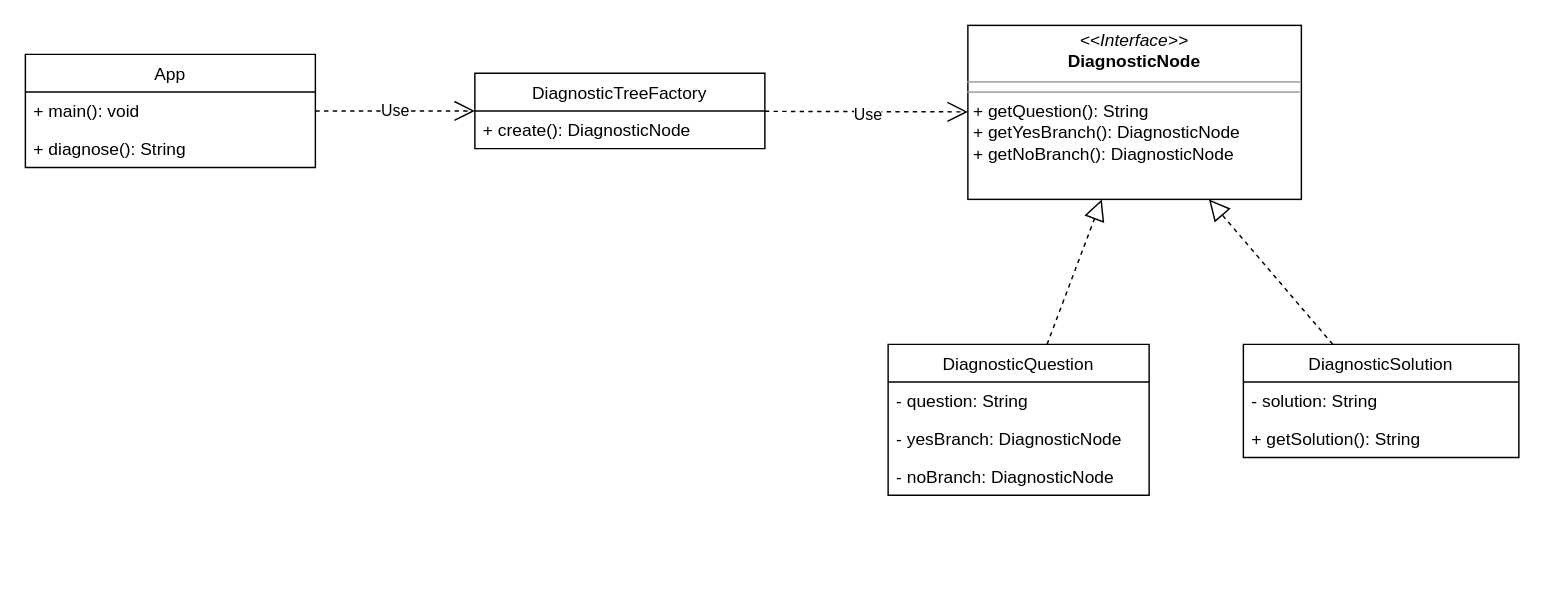
Above: troubleshoot-app/class-diagram.drawio in wassimoo/coding-challenge (draw.io), before the change. Source tidied: cells renumbered, new cells numbered last; positions are measured from the earlier drawing's top-left corner, leaving out a move shared by most shapes. Both pictures are drawn from the tidied source at 145%, with x=0, y=0 at pixel (25, 25).
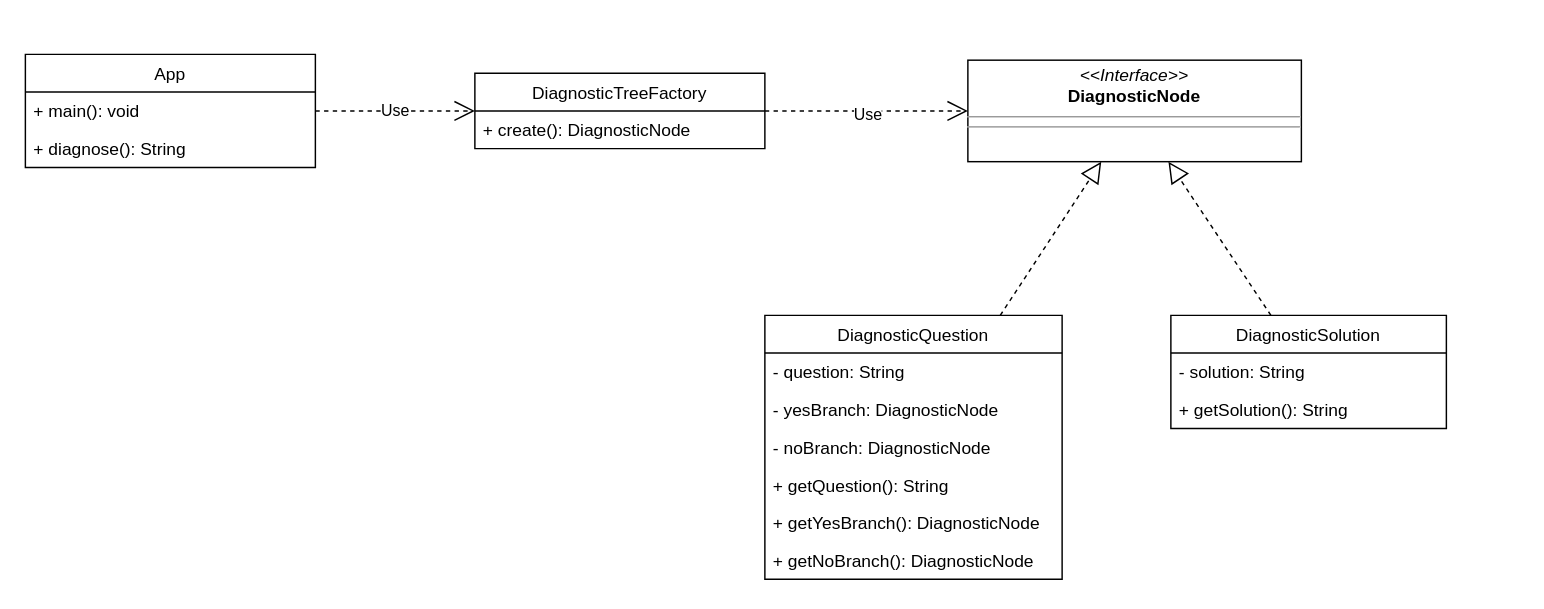
Above is the later version.

Commit message (it also covers changes not shown here):
Move question props to DiagnosticQuestion class

Diff of the diagram source:
```diff
@@
     <mxCell id="2" value="DiagnosticQuestion" style="swimlane;fontStyle=0;horizontal=1;startSize=26;fillColor=none;" parent="1" vertex="1">
-      <mxGeometry x="595" y="220" width="180" height="104" as="geometry" />
+      <mxGeometry x="510" y="200" width="205" height="182" as="geometry" />
     </mxCell>
     <mxCell id="3" value="- question: String" style="text;strokeColor=none;fillColor=none;align=left;verticalAlign=top;spacingLeft=4;spacingRight=4;overflow=hidden;" parent="2" vertex="1">
-      <mxGeometry y="26" width="180" height="26" as="geometry" />
+      <mxGeometry y="26" width="205" height="26" as="geometry" />
     </mxCell>
     <mxCell id="4" value="- yesBranch: DiagnosticNode" style="text;strokeColor=none;fillColor=none;align=left;verticalAlign=top;spacingLeft=4;spacingRight=4;overflow=hidden;" parent="2" vertex="1">
-      <mxGeometry y="52" width="180" height="26" as="geometry" />
+      <mxGeometry y="52" width="205" height="26" as="geometry" />
     </mxCell>
     <mxCell id="5" value="- noBranch: DiagnosticNode" style="text;strokeColor=none;fillColor=none;align=left;verticalAlign=top;spacingLeft=4;spacingRight=4;overflow=hidden;" parent="2" vertex="1">
-      <mxGeometry y="78" width="180" height="26" as="geometry" />
+      <mxGeometry y="78" width="205" height="26" as="geometry" />
     </mxCell>
+    <mxCell id="19" value="+ getQuestion(): String" style="text;strokeColor=none;fillColor=none;align=left;verticalAlign=top;spacingLeft=4;spacingRight=4;overflow=hidden;" parent="2" vertex="1">
+      <mxGeometry y="104" width="205" height="26" as="geometry" />
+    </mxCell>
+    <mxCell id="20" value="+ getYesBranch(): DiagnosticNode&#10;" style="text;strokeColor=none;fillColor=none;align=left;verticalAlign=top;spacingLeft=4;spacingRight=4;overflow=hidden;" parent="2" vertex="1">
+      <mxGeometry y="130" width="205" height="26" as="geometry" />
+    </mxCell>
+    <mxCell id="21" value="+ getNoBranch(): DiagnosticNode" style="text;strokeColor=none;fillColor=none;align=left;verticalAlign=top;spacingLeft=4;spacingRight=4;overflow=hidden;" parent="2" vertex="1">
+      <mxGeometry y="156" width="205" height="26" as="geometry" />
+    </mxCell>
-    <mxCell id="6" value="&lt;p style=&quot;margin:0px;margin-top:4px;text-align:center;&quot;&gt;&lt;i&gt;&amp;lt;&amp;lt;Interface&amp;gt;&amp;gt;&lt;/i&gt;&lt;br&gt;&lt;b&gt;DiagnosticNode&lt;/b&gt;&lt;br&gt;&lt;/p&gt;&lt;hr size=&quot;1&quot;&gt;&lt;hr size=&quot;1&quot;&gt;&lt;p style=&quot;margin:0px;margin-left:4px;&quot;&gt;+ getQuestion(): String&lt;br&gt;+ getYesBranch(): DiagnosticNode&lt;/p&gt;&lt;p style=&quot;margin:0px;margin-left:4px;&quot;&gt;+ getNoBranch(): DiagnosticNode&lt;br&gt;&lt;/p&gt;" style="verticalAlign=top;align=left;overflow=fill;fontSize=12;fontFamily=Helvetica;html=1;" parent="1" vertex="1">
-      <mxGeometry x="650" width="230" height="120" as="geometry" />
+    <mxCell id="6" value="&lt;p style=&quot;margin:0px;margin-top:4px;text-align:center;&quot;&gt;&lt;i&gt;&amp;lt;&amp;lt;Interface&amp;gt;&amp;gt;&lt;/i&gt;&lt;br&gt;&lt;b&gt;DiagnosticNode&lt;/b&gt;&lt;br&gt;&lt;/p&gt;&lt;hr size=&quot;1&quot;&gt;&lt;hr size=&quot;1&quot;&gt;&lt;p style=&quot;margin:0px;margin-left:4px;&quot;&gt;&lt;br&gt;&lt;/p&gt;" style="verticalAlign=top;align=left;overflow=fill;fontSize=12;fontFamily=Helvetica;html=1;" parent="1" vertex="1">
+      <mxGeometry x="650" y="24" width="230" height="70" as="geometry" />
     </mxCell>
     <mxCell id="7" value="DiagnosticSolution" style="swimlane;fontStyle=0;horizontal=1;startSize=26;fillColor=none;" parent="1" vertex="1">
-      <mxGeometry x="840" y="220" width="190" height="78" as="geometry" />
+      <mxGeometry x="790" y="200" width="190" height="78" as="geometry" />
     </mxCell>
```
